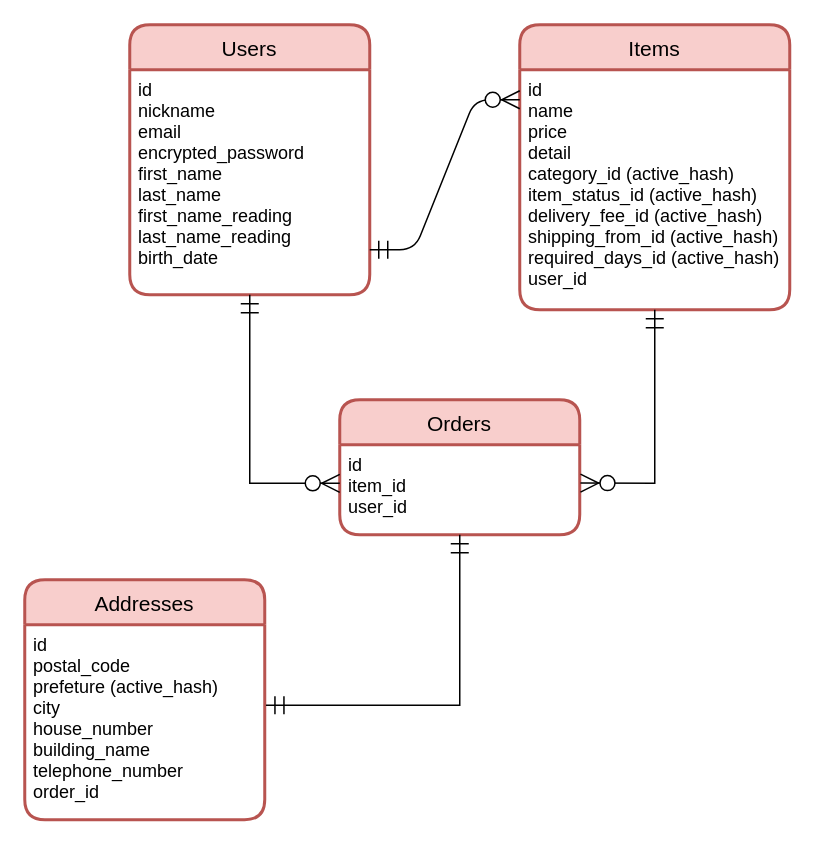
Earlier version of the draw.io diagram furima-32050.dio (yuki526/furima-32050). Source tidied: cells renumbered, new cells numbered last; positions are measured from the earlier drawing's top-left corner, leaving out a move shared by most shapes. Both pictures are drawn from the tidied source at 150%, with x=0, y=0 at pixel (24, 24).
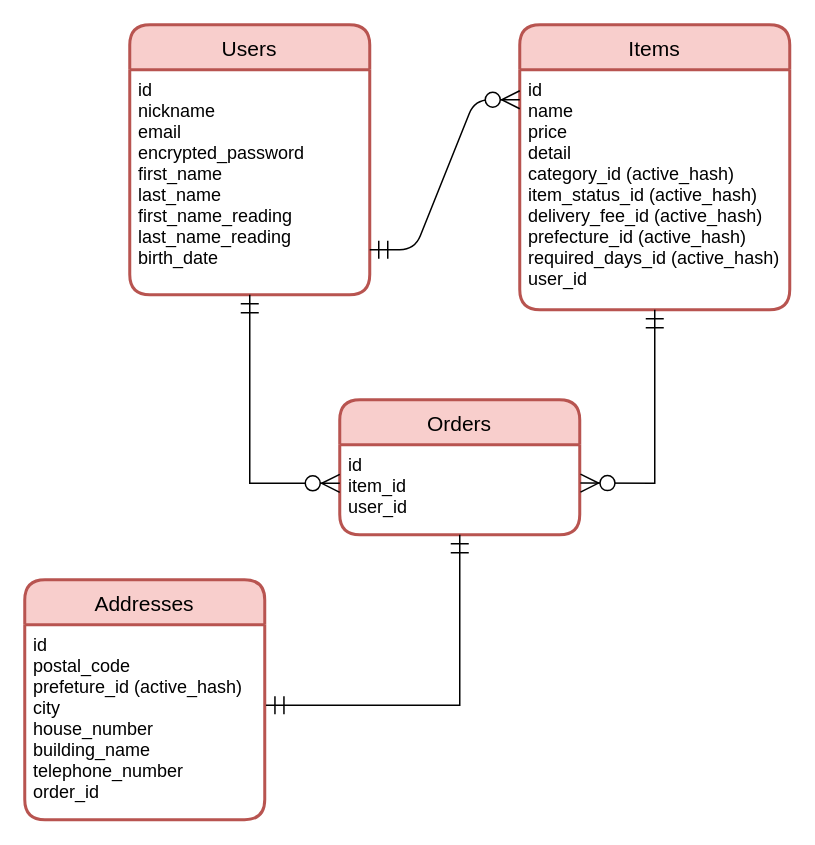
Above is the later version.

Commit message (it also covers changes not shown here):
READMEの記述（prefecture_idの名前を統一）

Change to the diagram source:
```diff
@@
 <mxGraphModel>
   <root>
     <mxCell id="0" />
     <mxCell id="1" parent="0" />
     <mxCell id="2" value="Users" style="swimlane;horizontal=1;startSize=30;rounded=1;fontSize=14;fontStyle=0;strokeWidth=2;shadow=0;dashed=0;align=center;fillColor=#f8cecc;strokeColor=#b85450;fontFamily=Helvetica;" parent="1" vertex="1">
       <mxGeometry x="70" width="160" height="180" as="geometry" />
     </mxCell>
     <mxCell id="3" value="id&#10;nickname&#10;email&#10;encrypted_password&#10;first_name&#10;last_name&#10;first_name_reading&#10;last_name_reading&#10;birth_date&#10;" style="align=left;strokeColor=none;fillColor=none;spacingLeft=4;fontSize=12;verticalAlign=top;" parent="2" vertex="1">
       <mxGeometry y="30" width="160" height="150" as="geometry" />
     </mxCell>
     <mxCell id="4" value="Items" style="swimlane;horizontal=1;startSize=30;rounded=1;fontSize=14;fontStyle=0;strokeWidth=2;shadow=0;dashed=0;align=center;fillColor=#f8cecc;strokeColor=#b85450;fontFamily=Helvetica;" parent="1" vertex="1">
       <mxGeometry x="330" width="180" height="190" as="geometry" />
     </mxCell>
-    <mxCell id="5" value="id&#10;name&#10;price&#10;detail&#10;category_id (active_hash)&#10;item_status_id (active_hash)&#10;delivery_fee_id (active_hash)&#10;shipping_from_id (active_hash)&#10;required_days_id (active_hash)&#10;user_id&#10;" style="align=left;strokeColor=none;fillColor=none;spacingLeft=4;fontSize=12;verticalAlign=top;" parent="4" vertex="1">
+    <mxCell id="5" value="id&#10;name&#10;price&#10;detail&#10;category_id (active_hash)&#10;item_status_id (active_hash)&#10;delivery_fee_id (active_hash)&#10;prefecture_id (active_hash)&#10;required_days_id (active_hash)&#10;user_id&#10;" style="align=left;strokeColor=none;fillColor=none;spacingLeft=4;fontSize=12;verticalAlign=top;" parent="4" vertex="1">
       <mxGeometry y="30" width="180" height="160" as="geometry" />
     </mxCell>
     <mxCell id="6" style="edgeStyle=entityRelationEdgeStyle;fontSize=12;html=1;endArrow=ERzeroToMany;endFill=1;startArrow=ERmandOne;startFill=0;endSize=10;startSize=10;" parent="1" edge="1">
       <mxGeometry relative="1" as="geometry">
         <mxPoint x="230" y="150" as="sourcePoint" />
         <mxPoint x="330" y="50" as="targetPoint" />
       </mxGeometry>
     </mxCell>
     <mxCell id="7" value="Orders" style="swimlane;horizontal=1;startSize=30;rounded=1;fontSize=14;fontStyle=0;strokeWidth=2;shadow=0;dashed=0;align=center;fillColor=#f8cecc;strokeColor=#b85450;fontFamily=Helvetica;" parent="1" vertex="1">
       <mxGeometry x="210" y="250" width="160" height="90" as="geometry" />
     </mxCell>
     <mxCell id="8" value="id&#10;item_id&#10;user_id" style="align=left;strokeColor=none;fillColor=none;spacingLeft=4;fontSize=12;verticalAlign=top;" parent="7" vertex="1">
       <mxGeometry y="30" width="160" height="60" as="geometry" />
     </mxCell>
     <mxCell id="9" style="edgeStyle=orthogonalEdgeStyle;rounded=0;jettySize=auto;html=1;exitX=0.5;exitY=1;exitDx=0;exitDy=0;entryX=0;entryY=0.429;entryDx=0;entryDy=0;entryPerimeter=0;startSize=10;fontFamily=Helvetica;fontSize=14;endArrow=ERzeroToMany;endFill=1;endSize=10;startArrow=ERmandOne;startFill=0;" parent="1" edge="1" source="3" target="8">
       <mxGeometry relative="1" as="geometry" />
     </mxCell>
     <mxCell id="10" style="edgeStyle=orthogonalEdgeStyle;rounded=0;jettySize=auto;html=1;exitX=0.5;exitY=1;exitDx=0;exitDy=0;startSize=10;endArrow=ERzeroToMany;endFill=1;fontFamily=Helvetica;fontSize=14;entryX=1.003;entryY=0.426;entryDx=0;entryDy=0;entryPerimeter=0;startArrow=ERmandOne;startFill=0;endSize=10;" parent="1" edge="1" source="5" target="8">
       <mxGeometry relative="1" as="geometry" />
     </mxCell>
     <mxCell id="11" value="Addresses" style="swimlane;horizontal=1;startSize=30;rounded=1;fontSize=14;fontStyle=0;strokeWidth=2;shadow=0;dashed=0;align=center;fillColor=#f8cecc;strokeColor=#b85450;fontFamily=Helvetica;" parent="1" vertex="1">
       <mxGeometry y="370" width="160" height="160" as="geometry" />
     </mxCell>
-    <mxCell id="12" value="id&#10;postal_code&#10;prefeture (active_hash)&#10;city&#10;house_number&#10;building_name&#10;telephone_number&#10;order_id" style="align=left;strokeColor=none;fillColor=none;spacingLeft=4;fontSize=12;verticalAlign=top;" parent="11" vertex="1">
+    <mxCell id="12" value="id&#10;postal_code&#10;prefeture_id (active_hash)&#10;city&#10;house_number&#10;building_name&#10;telephone_number&#10;order_id" style="align=left;strokeColor=none;fillColor=none;spacingLeft=4;fontSize=12;verticalAlign=top;" parent="11" vertex="1">
       <mxGeometry y="30" width="160" height="130" as="geometry" />
     </mxCell>
     <mxCell id="13" style="edgeStyle=orthogonalEdgeStyle;rounded=0;jettySize=auto;html=1;exitX=0.5;exitY=1;exitDx=0;exitDy=0;entryX=1.005;entryY=0.413;entryDx=0;entryDy=0;entryPerimeter=0;endArrow=ERmandOne;endFill=0;startArrow=ERmandOne;startFill=0;endSize=10;startSize=10;" parent="1" edge="1" source="8" target="12">
       <mxGeometry relative="1" as="geometry" />
     </mxCell>
   </root>
 </mxGraphModel>
```
